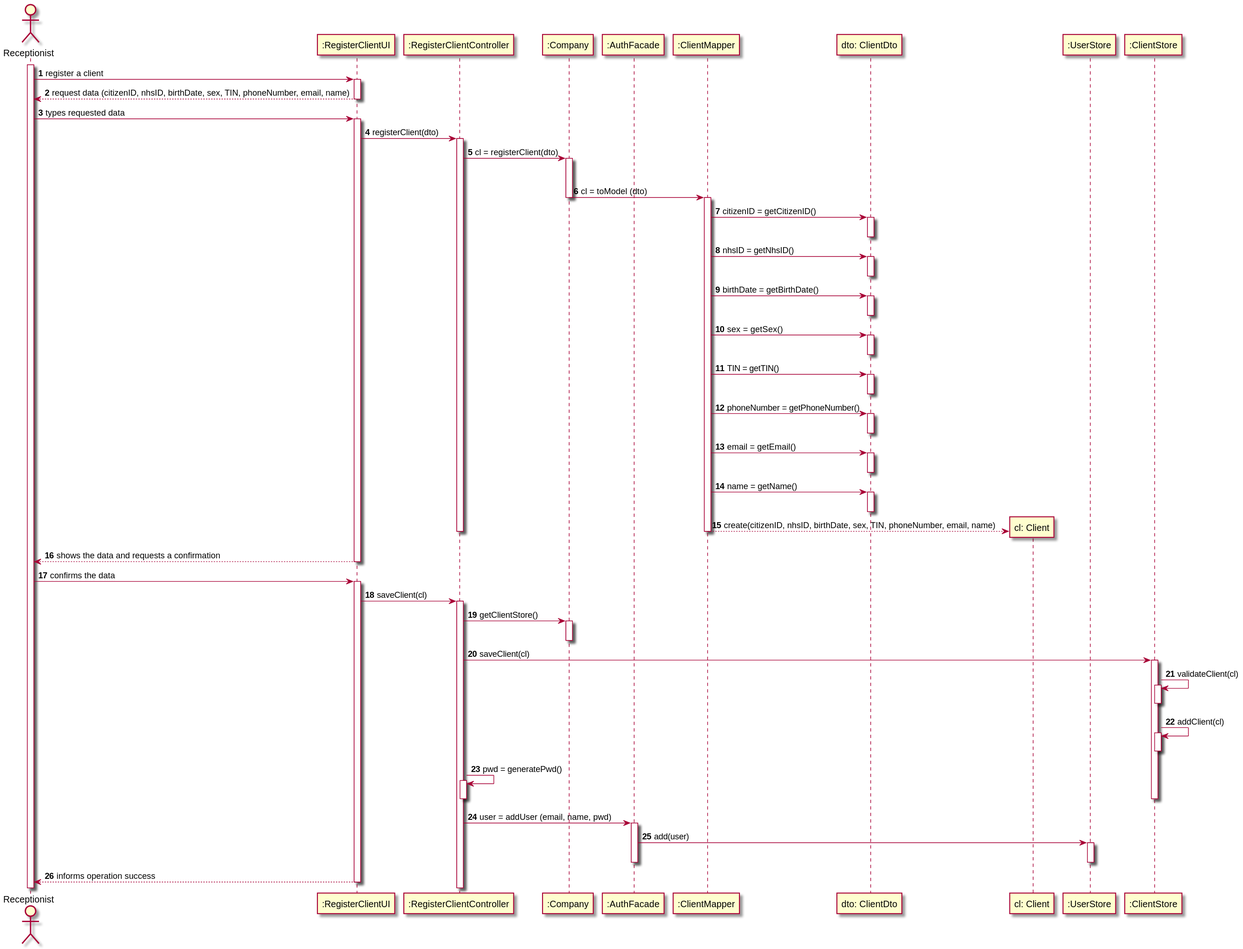
Above: docs/SprintB/US03/US03-SD.svg in 0franciscor/lei-21-s2-1de-g19 (PlantUML), before the change.
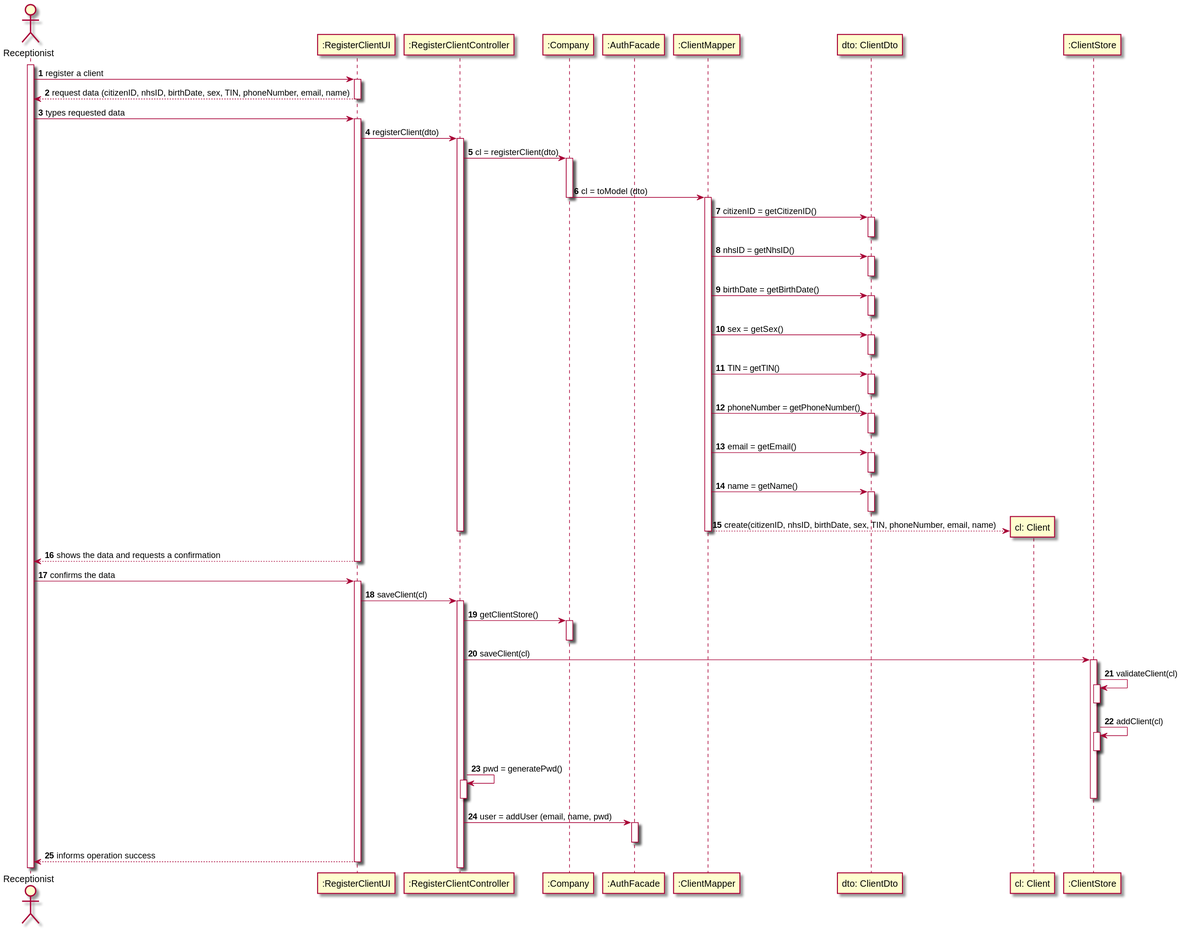
After the change.

Commit message:
Pequena alteração do SD da US3

The edit, as a diff of the source:
```diff
@@ -52,7 +52,6 @@
 create "cl: Client"
 ":ClientMapper" --> "cl: Client": create(citizenID, nhsID, birthDate, sex, TIN, phoneNumber, email, name)
 deactivate ":ClientMapper"
-deactivate ":UserStore"
 deactivate ":RegisterClientController"
 ":RegisterClientUI" --> R: shows the data and requests a confirmation
 deactivate ":RegisterClientUI"
@@ -74,13 +73,8 @@
 activate ":RegisterClientController"
 deactivate ":RegisterClientController"
 deactivate ":ClientStore"
-deactivate ":UserStore"
 ":RegisterClientController" -> ":AuthFacade" : user = addUser (email, name, pwd)
 activate ":AuthFacade"
-":AuthFacade" -> ":UserStore" : add(user)
-activate ":UserStore"
-
-deactivate ":UserStore"
 deactivate ":AuthFacade"
 
 ":RegisterClientUI" --> R: informs operation success
```
